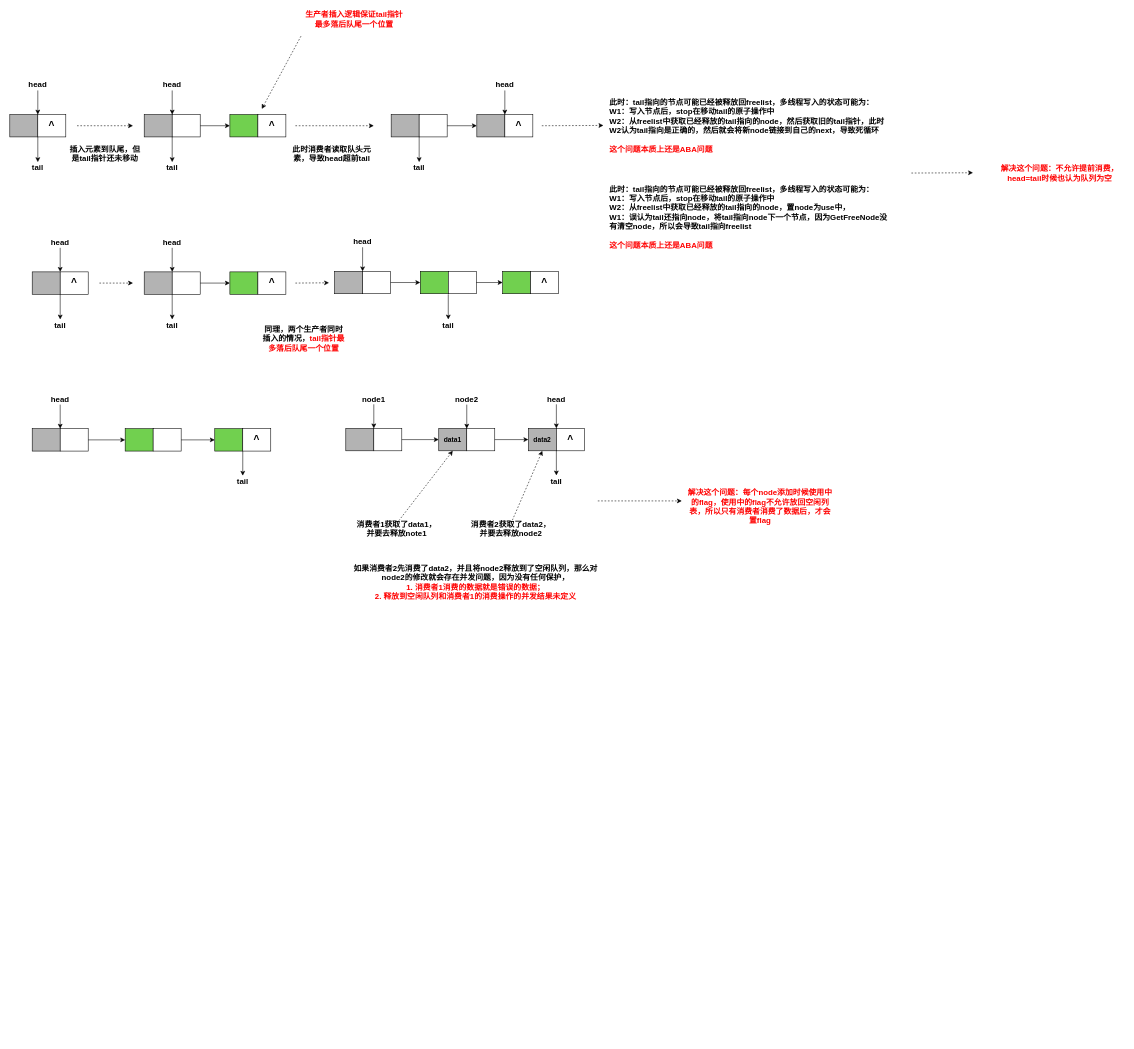
Above: shm_queue_lf.drawio in walkerdu/draw_io (draw.io), before the change. Source tidied: cells renumbered, new cells numbered last; positions are measured from the earlier drawing's top-left corner, leaving out a move shared by most shapes. Both pictures are drawn from the tidied source at 56%, with x=0, y=0 at pixel (10, 13).
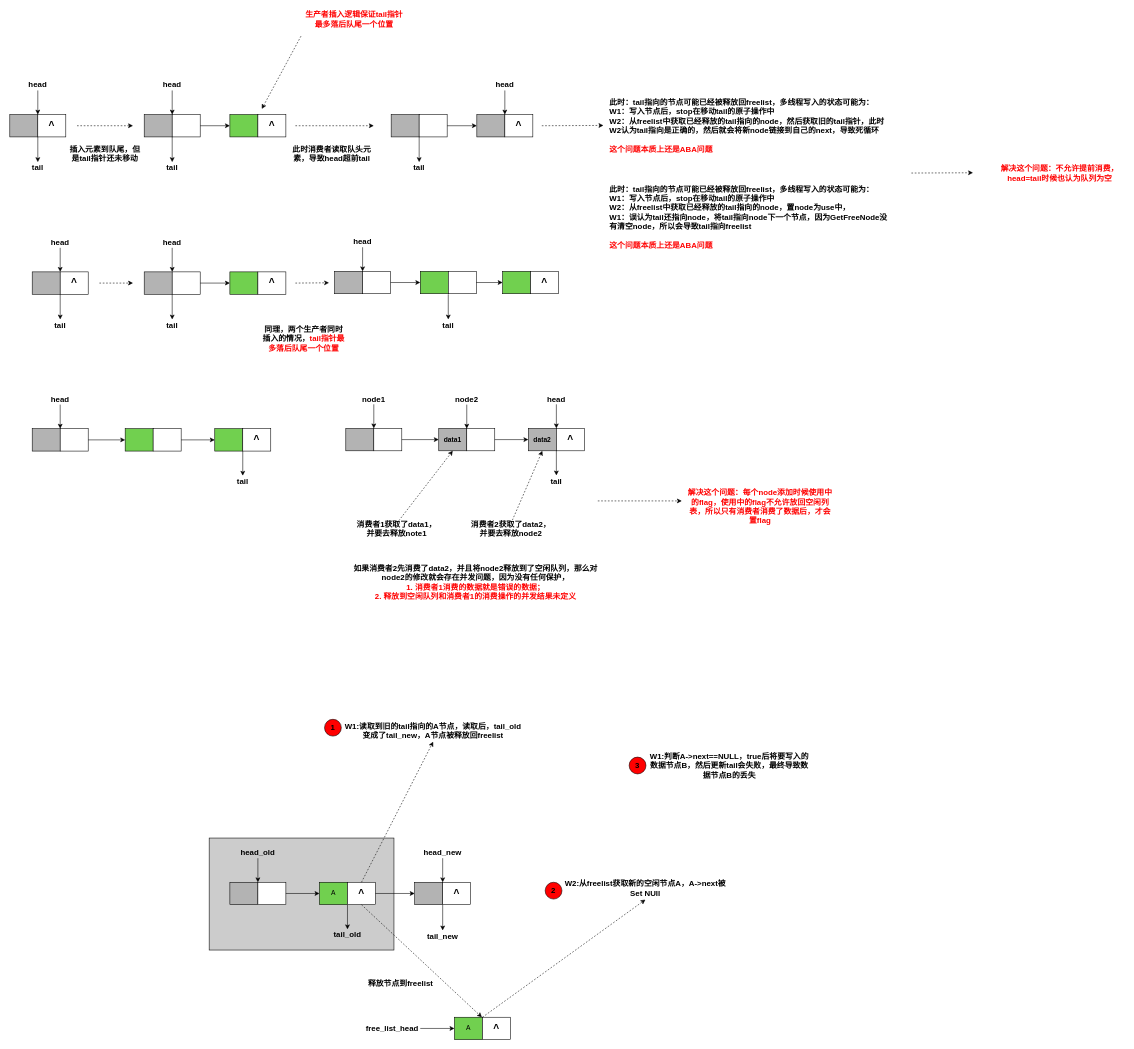
The same page after the edit.

Change to the diagram source:
```diff
@@
+    <mxCell id="120" style="rounded=0;whiteSpace=wrap;html=1;fillColor=#CCCCCC;" parent="1" vertex="1">
+      <mxGeometry x="356" y="1472" width="330" height="200" as="geometry" />
+    </mxCell>
@@
+    <mxCell id="121" style="endArrow=classic;html=1;entryX=1;entryY=0;entryDx=0;entryDy=0;" parent="1" edge="1" source="122">
+      <mxGeometry relative="1" as="geometry">
+        <mxPoint x="443" y="1551" as="targetPoint" />
+      </mxGeometry>
+    </mxCell>
+    <mxCell id="122" value="&lt;font style=&quot;font-size: 14px&quot;&gt;&lt;b&gt;head_old&lt;/b&gt;&lt;/font&gt;" style="text;html=1;strokeColor=none;fillColor=none;align=center;verticalAlign=middle;whiteSpace=wrap;rounded=0;" parent="1" vertex="1">
+      <mxGeometry x="423" y="1488" width="40" height="20" as="geometry" />
+    </mxCell>
+    <mxCell id="123" value="&lt;font style=&quot;font-size: 14px&quot;&gt;&lt;b&gt;tail_old&lt;/b&gt;&lt;/font&gt;" style="text;html=1;strokeColor=none;fillColor=none;align=center;verticalAlign=middle;whiteSpace=wrap;rounded=0;" parent="1" vertex="1">
+      <mxGeometry x="583" y="1635" width="40" height="20" as="geometry" />
+    </mxCell>
+    <mxCell id="124" style="endArrow=classic;html=1;exitX=0;exitY=1;exitDx=0;exitDy=0;entryX=0.5;entryY=0;entryDx=0;entryDy=0;" parent="1" edge="1" source="127" target="123">
+      <mxGeometry relative="1" as="geometry" />
+    </mxCell>
+    <mxCell id="125" style="group;" parent="1" vertex="1">
+      <mxGeometry x="553" y="1551" width="100" height="40" as="geometry" />
+    </mxCell>
+    <mxCell id="126" value="A" style="rounded=0;whiteSpace=wrap;html=1;fillColor=#71D04F;" parent="125" vertex="1">
+      <mxGeometry width="50" height="40" as="geometry" />
+    </mxCell>
+    <mxCell id="127" value="&lt;b&gt;&lt;font style=&quot;font-size: 18px&quot;&gt;^&lt;/font&gt;&lt;/b&gt;" style="rounded=0;whiteSpace=wrap;html=1;" parent="125" vertex="1">
+      <mxGeometry x="50" width="50" height="40" as="geometry" />
+    </mxCell>
+    <mxCell id="128" style="group;" parent="1" vertex="1">
+      <mxGeometry x="393" y="1551" width="100" height="40" as="geometry" />
+    </mxCell>
+    <mxCell id="129" style="rounded=0;whiteSpace=wrap;html=1;fillColor=#B3B3B3;" parent="128" vertex="1">
+      <mxGeometry width="50" height="40" as="geometry" />
+    </mxCell>
+    <mxCell id="130" style="rounded=0;whiteSpace=wrap;html=1;" parent="128" vertex="1">
+      <mxGeometry x="50" width="50" height="40" as="geometry" />
+    </mxCell>
+    <mxCell id="131" style="endArrow=classic;html=1;entryX=0;entryY=0.5;entryDx=0;entryDy=0;exitX=1;exitY=0.5;exitDx=0;exitDy=0;" parent="1" edge="1" source="130" target="126">
+      <mxGeometry relative="1" as="geometry" />
+    </mxCell>
+    <mxCell id="132" style="group;" parent="1" vertex="1">
+      <mxGeometry x="723" y="1551" width="100" height="40" as="geometry" />
+    </mxCell>
+    <mxCell id="133" style="rounded=0;whiteSpace=wrap;html=1;fillColor=#B3B3B3;" parent="132" vertex="1">
+      <mxGeometry width="50" height="40" as="geometry" />
+    </mxCell>
+    <mxCell id="134" value="&lt;b&gt;&lt;font style=&quot;font-size: 18px&quot;&gt;^&lt;/font&gt;&lt;/b&gt;" style="rounded=0;whiteSpace=wrap;html=1;" parent="132" vertex="1">
+      <mxGeometry x="50" width="50" height="40" as="geometry" />
+    </mxCell>
+    <mxCell id="135" style="endArrow=classic;html=1;entryX=0;entryY=0.5;entryDx=0;entryDy=0;exitX=1;exitY=0.5;exitDx=0;exitDy=0;" parent="1" edge="1" source="127" target="133">
+      <mxGeometry relative="1" as="geometry" />
+    </mxCell>
+    <mxCell id="136" style="endArrow=classic;html=1;" parent="1" edge="1" source="137">
+      <mxGeometry relative="1" as="geometry">
+        <mxPoint x="773" y="1551" as="targetPoint" />
+      </mxGeometry>
+    </mxCell>
+    <mxCell id="137" value="&lt;font style=&quot;font-size: 14px&quot;&gt;&lt;b&gt;head_new&lt;br&gt;&lt;/b&gt;&lt;/font&gt;" style="text;html=1;strokeColor=none;fillColor=none;align=center;verticalAlign=middle;whiteSpace=wrap;rounded=0;" parent="1" vertex="1">
+      <mxGeometry x="753" y="1488" width="40" height="20" as="geometry" />
+    </mxCell>
+    <mxCell id="138" value="&lt;font style=&quot;font-size: 14px&quot;&gt;&lt;b&gt;tail_new&lt;/b&gt;&lt;/font&gt;" style="text;html=1;strokeColor=none;fillColor=none;align=center;verticalAlign=middle;whiteSpace=wrap;rounded=0;" parent="1" vertex="1">
+      <mxGeometry x="753" y="1637" width="40" height="20" as="geometry" />
+    </mxCell>
+    <mxCell id="139" style="endArrow=classic;html=1;entryX=0.5;entryY=0;entryDx=0;entryDy=0;exitX=0;exitY=1;exitDx=0;exitDy=0;" parent="1" edge="1" source="134" target="138">
+      <mxGeometry relative="1" as="geometry" />
+    </mxCell>
+    <mxCell id="140" style="group;" parent="1" vertex="1">
+      <mxGeometry x="794" y="1792" width="100" height="40" as="geometry" />
+    </mxCell>
+    <mxCell id="141" value="A" style="rounded=0;whiteSpace=wrap;html=1;fillColor=#71D04F;" parent="140" vertex="1">
+      <mxGeometry width="50" height="40" as="geometry" />
+    </mxCell>
+    <mxCell id="142" value="&lt;b&gt;&lt;font style=&quot;font-size: 18px&quot;&gt;^&lt;/font&gt;&lt;/b&gt;" style="rounded=0;whiteSpace=wrap;html=1;" parent="140" vertex="1">
+      <mxGeometry x="50" width="50" height="40" as="geometry" />
+    </mxCell>
+    <mxCell id="143" value="&lt;font style=&quot;font-size: 14px&quot;&gt;&lt;b&gt;free_list_head&lt;/b&gt;&lt;/font&gt;" style="text;html=1;strokeColor=none;fillColor=none;align=center;verticalAlign=middle;whiteSpace=wrap;rounded=0;" parent="1" vertex="1">
+      <mxGeometry x="633" y="1802" width="100" height="20" as="geometry" />
+    </mxCell>
+    <mxCell id="144" style="endArrow=classic;html=1;entryX=0;entryY=0.5;entryDx=0;entryDy=0;" parent="1" edge="1" target="141">
+      <mxGeometry relative="1" as="geometry">
+        <mxPoint x="733" y="1812" as="sourcePoint" />
+      </mxGeometry>
+    </mxCell>
+    <mxCell id="145" style="endArrow=classic;html=1;exitX=0.5;exitY=1;exitDx=0;exitDy=0;dashed=1;" parent="1" edge="1" source="127">
+      <mxGeometry relative="1" as="geometry">
+        <mxPoint x="843" y="1792" as="targetPoint" />
+      </mxGeometry>
+    </mxCell>
+    <mxCell id="146" style="endArrow=classic;html=1;exitX=0;exitY=0;exitDx=0;exitDy=0;dashed=1;entryX=0.5;entryY=1;entryDx=0;entryDy=0;" parent="1" edge="1" source="142" target="150">
+      <mxGeometry relative="1" as="geometry" />
+    </mxCell>
+    <mxCell id="147" value="&lt;span style=&quot;font-size: 14px&quot;&gt;&lt;b&gt;释放节点到freelist&lt;/b&gt;&lt;/span&gt;" style="text;html=1;strokeColor=none;fillColor=none;align=center;verticalAlign=middle;whiteSpace=wrap;rounded=0;" parent="1" vertex="1">
+      <mxGeometry x="623" y="1722" width="150" height="20" as="geometry" />
+    </mxCell>
+    <mxCell id="148" style="endArrow=classic;html=1;dashed=1;exitX=0.5;exitY=0;exitDx=0;exitDy=0;entryX=0.5;entryY=1;entryDx=0;entryDy=0;" parent="1" edge="1" source="127" target="149">
+      <mxGeometry relative="1" as="geometry" />
+    </mxCell>
+    <mxCell id="149" value="&lt;span style=&quot;font-size: 14px&quot;&gt;&lt;b&gt;W1:读取到旧的tail指向的A节点，读取后，tail_old变成了tail_new，A节点被释放回freelist&lt;/b&gt;&lt;/span&gt;" style="text;html=1;strokeColor=none;fillColor=none;align=center;verticalAlign=middle;whiteSpace=wrap;rounded=0;" parent="1" vertex="1">
+      <mxGeometry x="596" y="1260" width="320" height="40" as="geometry" />
+    </mxCell>
+    <mxCell id="150" value="&lt;span style=&quot;font-size: 14px&quot;&gt;&lt;b&gt;W2:从freelist&lt;/b&gt;&lt;/span&gt;&lt;b style=&quot;font-size: 14px&quot;&gt;获取新的空闲节点A，A-&amp;gt;next被Set NUll&lt;/b&gt;&lt;span style=&quot;font-size: 14px&quot;&gt;&lt;b&gt;&lt;br&gt;&lt;/b&gt;&lt;/span&gt;" style="text;html=1;strokeColor=none;fillColor=none;align=center;verticalAlign=middle;whiteSpace=wrap;rounded=0;" parent="1" vertex="1">
+      <mxGeometry x="986" y="1542" width="298" height="40" as="geometry" />
+    </mxCell>
+    <mxCell id="151" value="&lt;span style=&quot;font-size: 14px&quot;&gt;&lt;b&gt;W1:判断A-&amp;gt;next==NULL，true后将要写入的数据节点B，然后更新tail会失败，最终导致数据节点B的丢失&lt;/b&gt;&lt;/span&gt;" style="text;html=1;strokeColor=none;fillColor=none;align=center;verticalAlign=middle;whiteSpace=wrap;rounded=0;" parent="1" vertex="1">
+      <mxGeometry x="1136" y="1303" width="298" height="79" as="geometry" />
+    </mxCell>
+    <mxCell id="152" value="&lt;b&gt;&lt;font style=&quot;font-size: 14px&quot;&gt;1&lt;/font&gt;&lt;/b&gt;" style="ellipse;whiteSpace=wrap;html=1;fillColor=#FF0000;" parent="1" vertex="1">
+      <mxGeometry x="562" y="1260" width="30" height="30" as="geometry" />
+    </mxCell>
+    <mxCell id="153" value="&lt;b&gt;&lt;font style=&quot;font-size: 14px&quot;&gt;2&lt;/font&gt;&lt;/b&gt;" style="ellipse;whiteSpace=wrap;html=1;fillColor=#FF0000;" parent="1" vertex="1">
+      <mxGeometry x="956" y="1551" width="30" height="30" as="geometry" />
+    </mxCell>
+    <mxCell id="154" value="&lt;b&gt;&lt;font style=&quot;font-size: 14px&quot;&gt;3&lt;/font&gt;&lt;/b&gt;" style="ellipse;whiteSpace=wrap;html=1;fillColor=#FF0000;" parent="1" vertex="1">
+      <mxGeometry x="1106" y="1327.5" width="30" height="30" as="geometry" />
+    </mxCell>
```
